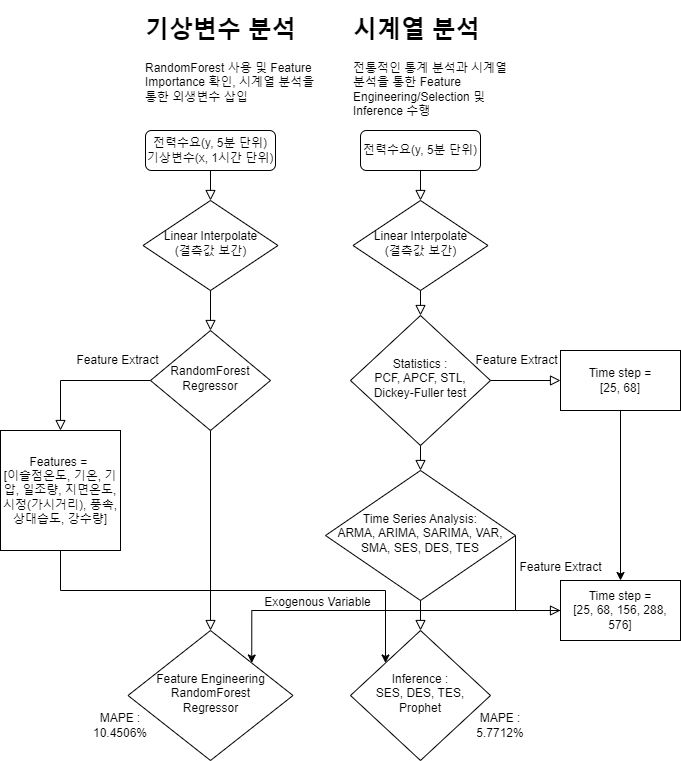
The draw.io diagram picture/계통도.png in Jonghyun-Park1027/Competition1, before a commit. Source tidied: cells renumbered, new cells last; positions are measured from the earlier drawing's top-left corner, leaving out a move shared by most shapes.
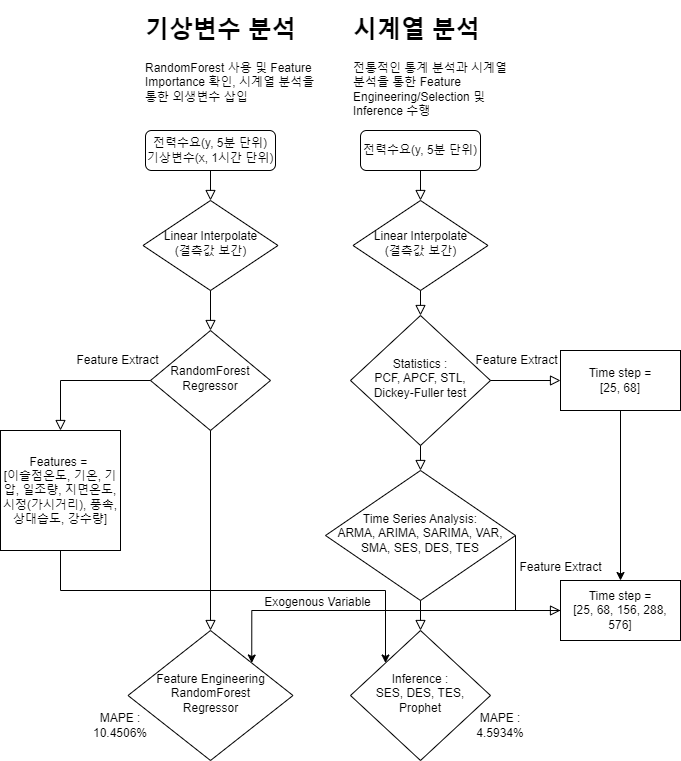
The same diagram one commit later.

Commit message:
exogenous variable mape 4.5934

What changed in the source:
```diff
@@ -67,7 +67,7 @@
     <mxCell id="20" value="Inference :&lt;br&gt;SES, DES, TES,&lt;br&gt;Prophet" style="rhombus;whiteSpace=wrap;html=1;shadow=0;fontFamily=Helvetica;fontSize=12;align=center;strokeWidth=1;spacing=6;spacingTop=-4;" parent="1" vertex="1">
       <mxGeometry x="350" y="620" width="140" height="130" as="geometry" />
     </mxCell>
-    <mxCell id="21" value="MAPE : 5.7712%" style="text;strokeColor=none;align=center;fillColor=none;html=1;verticalAlign=middle;whiteSpace=wrap;rounded=0;fontSize=12;" parent="1" vertex="1">
+    <mxCell id="21" value="MAPE : 4.5934%" style="text;strokeColor=none;align=center;fillColor=none;html=1;verticalAlign=middle;whiteSpace=wrap;rounded=0;fontSize=12;" parent="1" vertex="1">
       <mxGeometry x="470" y="700" width="60" height="30" as="geometry" />
     </mxCell>
     <mxCell id="22" value="Feature Extract" style="rounded=0;html=1;jettySize=auto;fontSize=12;endArrow=block;endFill=0;endSize=8;strokeWidth=1;shadow=0;labelBackgroundColor=none;edgeStyle=orthogonalEdgeStyle;exitX=0;exitY=0.5;exitDx=0;exitDy=0;entryX=0.5;entryY=0;entryDx=0;entryDy=0;" parent="1" edge="1" source="4" target="24">
```
